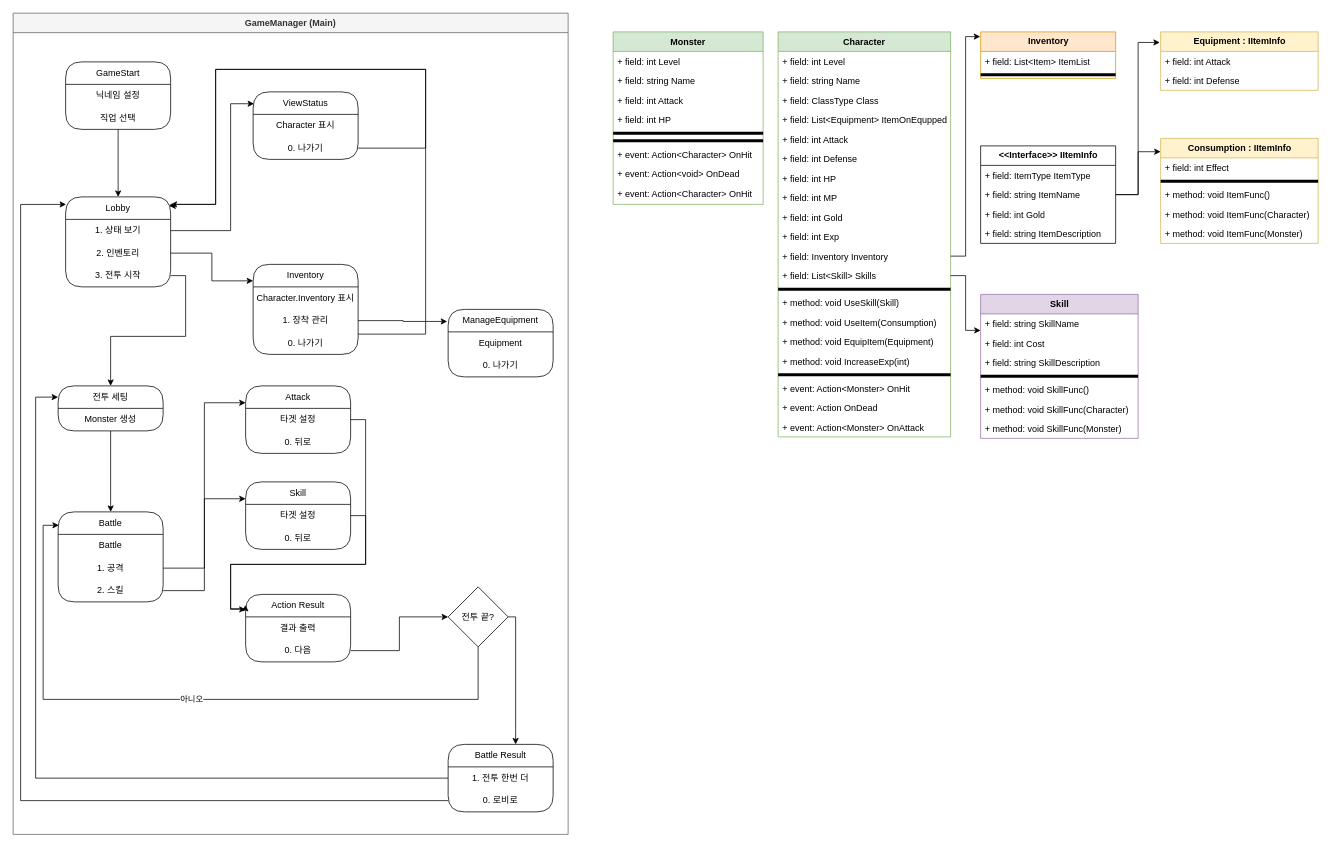
This is 2-1 프로그래밍 심화 팀과제.drawio from Zif1519/SpartaDungeonBattle, a draw.io file, before an edit. Source tidied: cells renumbered, new cells numbered last; positions are measured from the earlier drawing's top-left corner, leaving out a move shared by most shapes. Both pictures are drawn from the tidied source at 75%, with x=0, y=0 at pixel (13, 13).
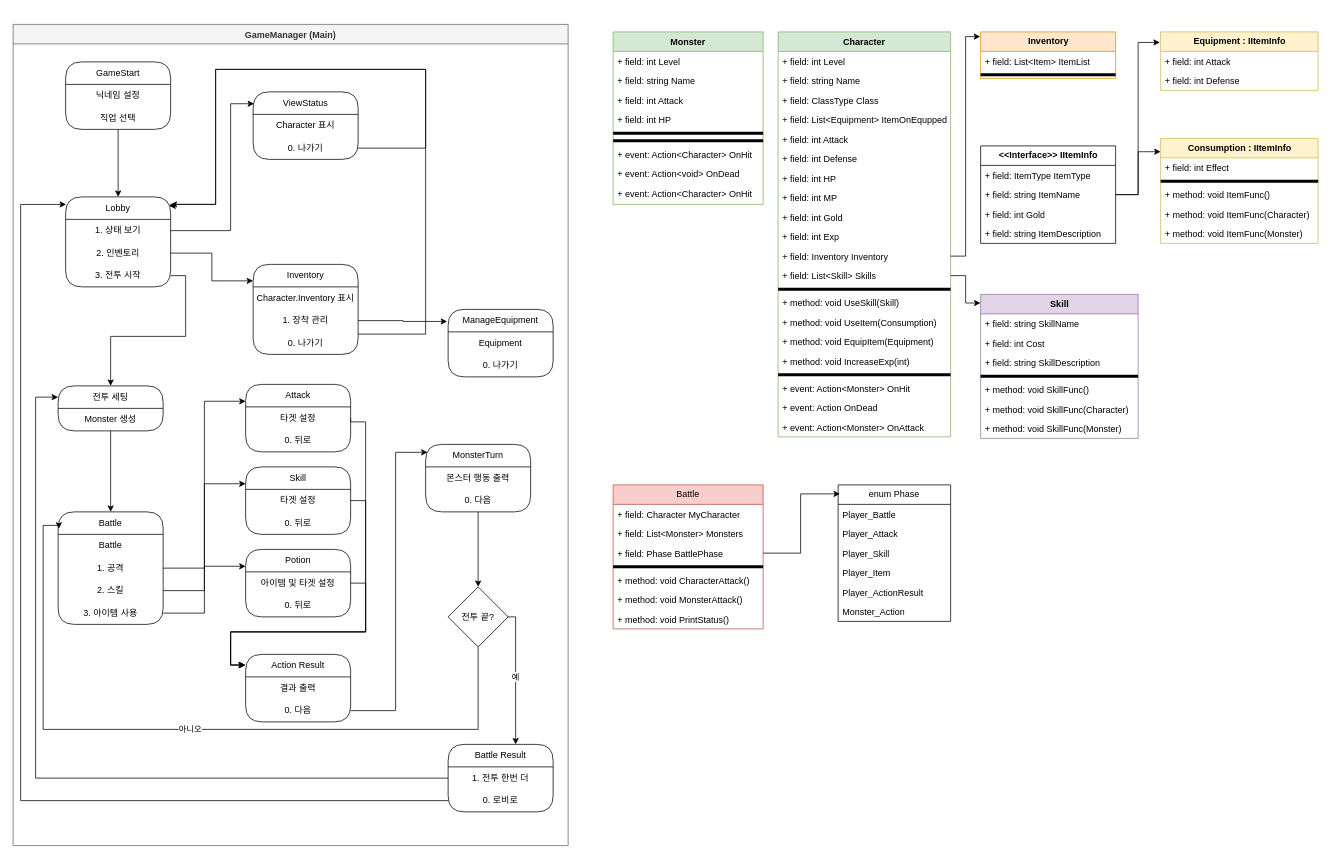
The same page after the edit.

Commit message:
2-1 프로그래밍 심화 팀과제.drawio 업데이트

Unchanged cells that the change refers to:
```xml
<mxCell id="25" value="+ field: List&lt;Skill&gt; Skills" style="text;align=left;verticalAlign=top;spacingLeft=4;spacingRight=4;overflow=hidden;points=[[0,0.5],[1,0.5]];portConstraint=eastwest;rounded=0;shadow=0;html=0;" parent="13" vertex="1">
  <mxGeometry y="312" width="230" height="26" as="geometry" />
</mxCell>
<mxCell id="56" value="&lt;b&gt;Skill&lt;/b&gt;" style="swimlane;fontStyle=0;horizontal=1;startSize=26;fillColor=#e1d5e7;html=1;strokeColor=#9673a6;" parent="1" vertex="1">
  <mxGeometry x="1290" y="375" width="210" height="192" as="geometry" />
</mxCell>
<mxCell id="94" value="타겟 설정" style="text;html=1;strokeColor=none;fillColor=none;align=center;verticalAlign=middle;whiteSpace=wrap;rounded=0;" parent="93" vertex="1">
  <mxGeometry y="30" width="140" height="30" as="geometry" />
</mxCell>
<mxCell id="98" value="타겟 설정" style="text;html=1;strokeColor=none;fillColor=none;align=center;verticalAlign=middle;whiteSpace=wrap;rounded=0;" parent="96" vertex="1">
  <mxGeometry y="30" width="140" height="30" as="geometry" />
</mxCell>
<mxCell id="104" value="0. 다음" style="text;html=1;strokeColor=none;fillColor=none;align=center;verticalAlign=middle;whiteSpace=wrap;rounded=0;" parent="102" vertex="1">
  <mxGeometry y="60" width="140" height="30" as="geometry" />
</mxCell>
<mxCell id="108" value="전투 끝?" style="rhombus;whiteSpace=wrap;html=1;" parent="1" vertex="1">
  <mxGeometry x="580" y="765" width="80" height="80" as="geometry" />
</mxCell>
```

What changed in the source:
```diff
@@
     <mxCell id="2" value="GameManager (Main)" style="swimlane;fontStyle=1;align=center;verticalAlign=top;horizontal=1;startSize=26;rounded=0;shadow=0;strokeWidth=1;fillColor=#f5f5f5;fontColor=#333333;strokeColor=#666666;" parent="1" vertex="1">
-      <mxGeometry width="740" height="1095" as="geometry" />
+      <mxGeometry y="15" width="740" height="1095" as="geometry" />
     </mxCell>
@@
-    <mxCell id="65" style="edgeStyle=orthogonalEdgeStyle;rounded=0;jettySize=auto;html=1;exitX=1;exitY=0.5;exitDx=0;exitDy=0;entryX=0;entryY=0.25;entryDx=0;entryDy=0;" parent="1" edge="1" source="25" target="56">
+    <mxCell id="65" style="edgeStyle=orthogonalEdgeStyle;rounded=0;jettySize=auto;html=1;exitX=1;exitY=0.5;exitDx=0;exitDy=0;entryX=-0.001;entryY=0.06;entryDx=0;entryDy=0;entryPerimeter=0;" parent="1" edge="1" source="25" target="56">
       <mxGeometry relative="1" as="geometry" />
     </mxCell>
@@
     <mxCell id="89" value="Battle" style="swimlane;fontStyle=0;horizontal=1;startSize=30;whiteSpace=wrap;html=1;rounded=1;glass=0;arcSize=24;" parent="1" vertex="1">
-      <mxGeometry x="60" y="665" width="140" height="120" as="geometry" />
+      <mxGeometry x="60" y="665" width="140" height="150" as="geometry" />
     </mxCell>
@@
+    <mxCell id="119" value="3. 아이템 사용" style="text;html=1;strokeColor=none;fillColor=none;align=center;verticalAlign=middle;whiteSpace=wrap;rounded=0;" parent="89" vertex="1">
+      <mxGeometry y="120" width="140" height="30" as="geometry" />
+    </mxCell>
     <mxCell id="93" value="Attack" style="swimlane;fontStyle=0;horizontal=1;startSize=30;whiteSpace=wrap;html=1;rounded=1;glass=0;arcSize=24;" parent="1" vertex="1">
-      <mxGeometry x="310" y="497" width="140" height="90" as="geometry" />
+      <mxGeometry x="310" y="495" width="140" height="90" as="geometry" />
     </mxCell>
@@
     <mxCell id="96" value="Skill" style="swimlane;fontStyle=0;horizontal=1;startSize=30;whiteSpace=wrap;html=1;rounded=1;glass=0;arcSize=24;" parent="1" vertex="1">
-      <mxGeometry x="310" y="625" width="140" height="90" as="geometry" />
+      <mxGeometry x="310" y="605" width="140" height="90" as="geometry" />
     </mxCell>
-    <mxCell id="97" style="edgeStyle=orthogonalEdgeStyle;rounded=0;jettySize=auto;html=1;exitX=1;exitY=0.5;exitDx=0;exitDy=0;" parent="96" edge="1" source="98">
-      <mxGeometry relative="1" as="geometry">
-        <mxPoint y="170" as="targetPoint" />
-        <Array as="points">
-          <mxPoint x="160" y="45" />
-          <mxPoint x="160" y="110" />
-          <mxPoint x="-20" y="110" />
-          <mxPoint x="-20" y="170" />
-        </Array>
-      </mxGeometry>
-    </mxCell>
@@
     <mxCell id="102" value="Action Result" style="swimlane;fontStyle=0;horizontal=1;startSize=30;whiteSpace=wrap;html=1;rounded=1;glass=0;arcSize=24;" parent="1" vertex="1">
-      <mxGeometry x="310" y="775" width="140" height="90" as="geometry" />
+      <mxGeometry x="310" y="855" width="140" height="90" as="geometry" />
     </mxCell>
@@
     <mxCell id="105" style="edgeStyle=orthogonalEdgeStyle;rounded=0;jettySize=auto;html=1;exitX=1;exitY=0.5;exitDx=0;exitDy=0;entryX=-0.002;entryY=0.157;entryDx=0;entryDy=0;entryPerimeter=0;" parent="1" edge="1" source="94" target="102">
       <mxGeometry relative="1" as="geometry">
         <Array as="points">
-          <mxPoint x="470" y="542" />
-          <mxPoint x="470" y="735" />
-          <mxPoint x="290" y="735" />
-          <mxPoint x="290" y="794" />
+          <mxPoint x="450" y="545" />
+          <mxPoint x="470" y="545" />
+          <mxPoint x="470" y="825" />
+          <mxPoint x="290" y="825" />
+          <mxPoint x="290" y="869" />
         </Array>
       </mxGeometry>
     </mxCell>
     <mxCell id="106" value="아니오" style="edgeStyle=orthogonalEdgeStyle;rounded=0;jettySize=auto;html=1;exitX=0.5;exitY=1;exitDx=0;exitDy=0;entryX=0.007;entryY=0.149;entryDx=0;entryDy=0;entryPerimeter=0;" parent="1" edge="1" source="108" target="89">
       <mxGeometry relative="1" as="geometry">
         <Array as="points">
-          <mxPoint x="620" y="915" />
-          <mxPoint x="40" y="915" />
+          <mxPoint x="620" y="955" />
+          <mxPoint x="40" y="955" />
           <mxPoint x="40" y="683" />
         </Array>
       </mxGeometry>
     </mxCell>
-    <mxCell id="107" style="edgeStyle=orthogonalEdgeStyle;rounded=0;jettySize=auto;html=1;" parent="1" edge="1" source="108">
+    <mxCell id="107" value="예" style="edgeStyle=orthogonalEdgeStyle;rounded=0;jettySize=auto;html=1;" parent="1" edge="1" source="108">
       <mxGeometry relative="1" as="geometry">
         <mxPoint x="670" y="975" as="targetPoint" />
         <Array as="points">
           <mxPoint x="670" y="805" />
           <mxPoint x="670" y="955" />
         </Array>
       </mxGeometry>
     </mxCell>
@@
-    <mxCell id="109" style="edgeStyle=orthogonalEdgeStyle;rounded=0;jettySize=auto;html=1;exitX=1;exitY=0.5;exitDx=0;exitDy=0;entryX=0;entryY=0.5;entryDx=0;entryDy=0;" parent="1" edge="1" source="104" target="108">
-      <mxGeometry relative="1" as="geometry" />
+    <mxCell id="109" style="edgeStyle=orthogonalEdgeStyle;rounded=0;jettySize=auto;html=1;exitX=1;exitY=0.5;exitDx=0;exitDy=0;entryX=0.018;entryY=0.118;entryDx=0;entryDy=0;entryPerimeter=0;" parent="1" edge="1" source="104" target="140">
+      <mxGeometry relative="1" as="geometry">
+        <Array as="points">
+          <mxPoint x="510" y="930" />
+          <mxPoint x="510" y="586" />
+        </Array>
+      </mxGeometry>
     </mxCell>
@@
+    <mxCell id="120" value="Battle" style="swimlane;fontStyle=0;horizontal=1;startSize=26;fillColor=#f8cecc;whiteSpace=wrap;html=1;strokeColor=#b85450;" parent="1" vertex="1">
+      <mxGeometry x="800" y="629" width="200" height="192" as="geometry" />
+    </mxCell>
+    <mxCell id="121" value="+ field: Character MyCharacter" style="text;strokeColor=none;fillColor=none;align=left;verticalAlign=top;spacingLeft=4;spacingRight=4;overflow=hidden;whiteSpace=wrap;html=1;" parent="120" vertex="1">
+      <mxGeometry y="26" width="200" height="26" as="geometry" />
+    </mxCell>
+    <mxCell id="122" value="+ field: List&amp;lt;Monster&amp;gt; Monsters" style="text;strokeColor=none;fillColor=none;align=left;verticalAlign=top;spacingLeft=4;spacingRight=4;overflow=hidden;whiteSpace=wrap;html=1;" parent="120" vertex="1">
+      <mxGeometry y="52" width="200" height="26" as="geometry" />
+    </mxCell>
+    <mxCell id="123" value="+ field: Phase BattlePhase" style="text;strokeColor=none;fillColor=none;align=left;verticalAlign=top;spacingLeft=4;spacingRight=4;overflow=hidden;points=[[0,0.5],[1,0.5]];portConstraint=eastwest;whiteSpace=wrap;html=1;" parent="120" vertex="1">
+      <mxGeometry y="78" width="200" height="26" as="geometry" />
+    </mxCell>
+    <mxCell id="124" style="line;strokeWidth=4;html=1;perimeter=backbonePerimeter;" parent="120" vertex="1">
+      <mxGeometry y="104" width="200" height="10" as="geometry" />
+    </mxCell>
+    <mxCell id="125" value="+ method: void CharacterAttack()" style="text;strokeColor=none;fillColor=none;align=left;verticalAlign=top;spacingLeft=4;spacingRight=4;overflow=hidden;whiteSpace=wrap;html=1;" parent="120" vertex="1">
+      <mxGeometry y="114" width="200" height="26" as="geometry" />
+    </mxCell>
+    <mxCell id="126" value="+ method: void MonsterAttack()" style="text;strokeColor=none;fillColor=none;align=left;verticalAlign=top;spacingLeft=4;spacingRight=4;overflow=hidden;whiteSpace=wrap;html=1;" parent="120" vertex="1">
+      <mxGeometry y="140" width="200" height="26" as="geometry" />
+    </mxCell>
+    <mxCell id="127" value="+ method: void PrintStatus()" style="text;strokeColor=none;fillColor=none;align=left;verticalAlign=top;spacingLeft=4;spacingRight=4;overflow=hidden;whiteSpace=wrap;html=1;" parent="120" vertex="1">
+      <mxGeometry y="166" width="200" height="26" as="geometry" />
+    </mxCell>
+    <mxCell id="128" value="enum Phase" style="swimlane;fontStyle=0;horizontal=1;startSize=26;fillColor=none;whiteSpace=wrap;html=1;" parent="1" vertex="1">
+      <mxGeometry x="1100" y="629" width="150" height="182" as="geometry" />
+    </mxCell>
+    <mxCell id="129" value="Player_Battle" style="text;strokeColor=none;fillColor=none;align=left;verticalAlign=top;spacingLeft=4;spacingRight=4;overflow=hidden;whiteSpace=wrap;html=1;" parent="128" vertex="1">
+      <mxGeometry y="26" width="150" height="26" as="geometry" />
+    </mxCell>
+    <mxCell id="130" value="Player_Attack" style="text;strokeColor=none;fillColor=none;align=left;verticalAlign=top;spacingLeft=4;spacingRight=4;overflow=hidden;whiteSpace=wrap;html=1;" parent="128" vertex="1">
+      <mxGeometry y="52" width="150" height="26" as="geometry" />
+    </mxCell>
+    <mxCell id="131" value="Player_Skill" style="text;strokeColor=none;fillColor=none;align=left;verticalAlign=top;spacingLeft=4;spacingRight=4;overflow=hidden;whiteSpace=wrap;html=1;" parent="128" vertex="1">
+      <mxGeometry y="78" width="150" height="26" as="geometry" />
+    </mxCell>
+    <mxCell id="132" value="Player_Item" style="text;strokeColor=none;fillColor=none;align=left;verticalAlign=top;spacingLeft=4;spacingRight=4;overflow=hidden;whiteSpace=wrap;html=1;" parent="128" vertex="1">
+      <mxGeometry y="104" width="150" height="26" as="geometry" />
+    </mxCell>
+    <mxCell id="133" value="Player_ActionResult" style="text;strokeColor=none;fillColor=none;align=left;verticalAlign=top;spacingLeft=4;spacingRight=4;overflow=hidden;whiteSpace=wrap;html=1;" parent="128" vertex="1">
+      <mxGeometry y="130" width="150" height="26" as="geometry" />
+    </mxCell>
+    <mxCell id="134" value="Monster_Action" style="text;strokeColor=none;fillColor=none;align=left;verticalAlign=top;spacingLeft=4;spacingRight=4;overflow=hidden;whiteSpace=wrap;html=1;" parent="128" vertex="1">
+      <mxGeometry y="156" width="150" height="26" as="geometry" />
+    </mxCell>
+    <mxCell id="135" value="Potion" style="swimlane;fontStyle=0;horizontal=1;startSize=30;whiteSpace=wrap;html=1;rounded=1;glass=0;arcSize=24;" parent="1" vertex="1">
+      <mxGeometry x="310" y="715" width="140" height="90" as="geometry" />
+    </mxCell>
+    <mxCell id="136" value="아이템 및 타겟 설정" style="text;html=1;strokeColor=none;fillColor=none;align=center;verticalAlign=middle;whiteSpace=wrap;rounded=0;" parent="135" vertex="1">
+      <mxGeometry y="30" width="140" height="30" as="geometry" />
+    </mxCell>
+    <mxCell id="137" value="0. 뒤로" style="text;html=1;strokeColor=none;fillColor=none;align=center;verticalAlign=middle;whiteSpace=wrap;rounded=0;" parent="135" vertex="1">
+      <mxGeometry y="60" width="140" height="30" as="geometry" />
+    </mxCell>
+    <mxCell id="97" style="edgeStyle=orthogonalEdgeStyle;rounded=0;jettySize=auto;html=1;exitX=1;exitY=0.5;exitDx=0;exitDy=0;entryX=-0.008;entryY=0.159;entryDx=0;entryDy=0;entryPerimeter=0;" parent="1" edge="1" source="98" target="102">
+      <mxGeometry relative="1" as="geometry">
+        <Array as="points">
+          <mxPoint x="470" y="650" />
+          <mxPoint x="470" y="825" />
+          <mxPoint x="290" y="825" />
+          <mxPoint x="290" y="869" />
+        </Array>
+      </mxGeometry>
+    </mxCell>
+    <mxCell id="138" style="edgeStyle=orthogonalEdgeStyle;rounded=0;jettySize=auto;html=1;exitX=1;exitY=0.5;exitDx=0;exitDy=0;entryX=0;entryY=0.25;entryDx=0;entryDy=0;" parent="1" edge="1" source="119" target="135">
+      <mxGeometry relative="1" as="geometry" />
+    </mxCell>
+    <mxCell id="139" style="edgeStyle=orthogonalEdgeStyle;rounded=0;jettySize=auto;html=1;exitX=1;exitY=0.5;exitDx=0;exitDy=0;entryX=-0.002;entryY=0.159;entryDx=0;entryDy=0;entryPerimeter=0;" parent="1" edge="1" source="136" target="102">
+      <mxGeometry relative="1" as="geometry">
+        <Array as="points">
+          <mxPoint x="470" y="760" />
+          <mxPoint x="470" y="825" />
+          <mxPoint x="290" y="825" />
+          <mxPoint x="290" y="869" />
+        </Array>
+      </mxGeometry>
+    </mxCell>
+    <mxCell id="140" value="MonsterTurn" style="swimlane;fontStyle=0;horizontal=1;startSize=30;whiteSpace=wrap;html=1;rounded=1;glass=0;arcSize=24;" parent="1" vertex="1">
+      <mxGeometry x="550" y="575" width="140" height="90" as="geometry" />
+    </mxCell>
+    <mxCell id="141" value="몬스터 행동 출력" style="text;html=1;strokeColor=none;fillColor=none;align=center;verticalAlign=middle;whiteSpace=wrap;rounded=0;" parent="140" vertex="1">
+      <mxGeometry y="30" width="140" height="30" as="geometry" />
+    </mxCell>
+    <mxCell id="142" value="0. 다음" style="text;html=1;strokeColor=none;fillColor=none;align=center;verticalAlign=middle;whiteSpace=wrap;rounded=0;" parent="140" vertex="1">
+      <mxGeometry y="60" width="140" height="30" as="geometry" />
+    </mxCell>
+    <mxCell id="143" style="edgeStyle=orthogonalEdgeStyle;rounded=0;jettySize=auto;html=1;exitX=0.5;exitY=1;exitDx=0;exitDy=0;" parent="1" edge="1" source="142" target="108">
+      <mxGeometry relative="1" as="geometry" />
+    </mxCell>
+    <mxCell id="144" style="edgeStyle=orthogonalEdgeStyle;rounded=0;jettySize=auto;html=1;exitX=1;exitY=0.5;exitDx=0;exitDy=0;entryX=0.016;entryY=0.066;entryDx=0;entryDy=0;entryPerimeter=0;" parent="1" edge="1" source="123" target="128">
+      <mxGeometry relative="1" as="geometry" />
+    </mxCell>
```
